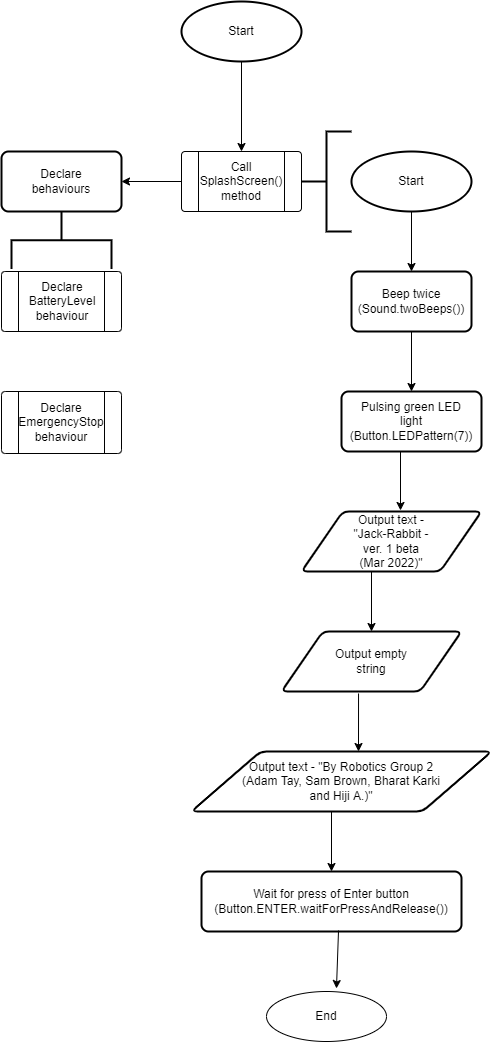
The draw.io diagram Final submission/ControlFlow.png in XLmT09/Bunny-Robot, before a commit. Source tidied: cells renumbered, new cells last; positions are measured from the earlier drawing's top-left corner, leaving out a move shared by most shapes.
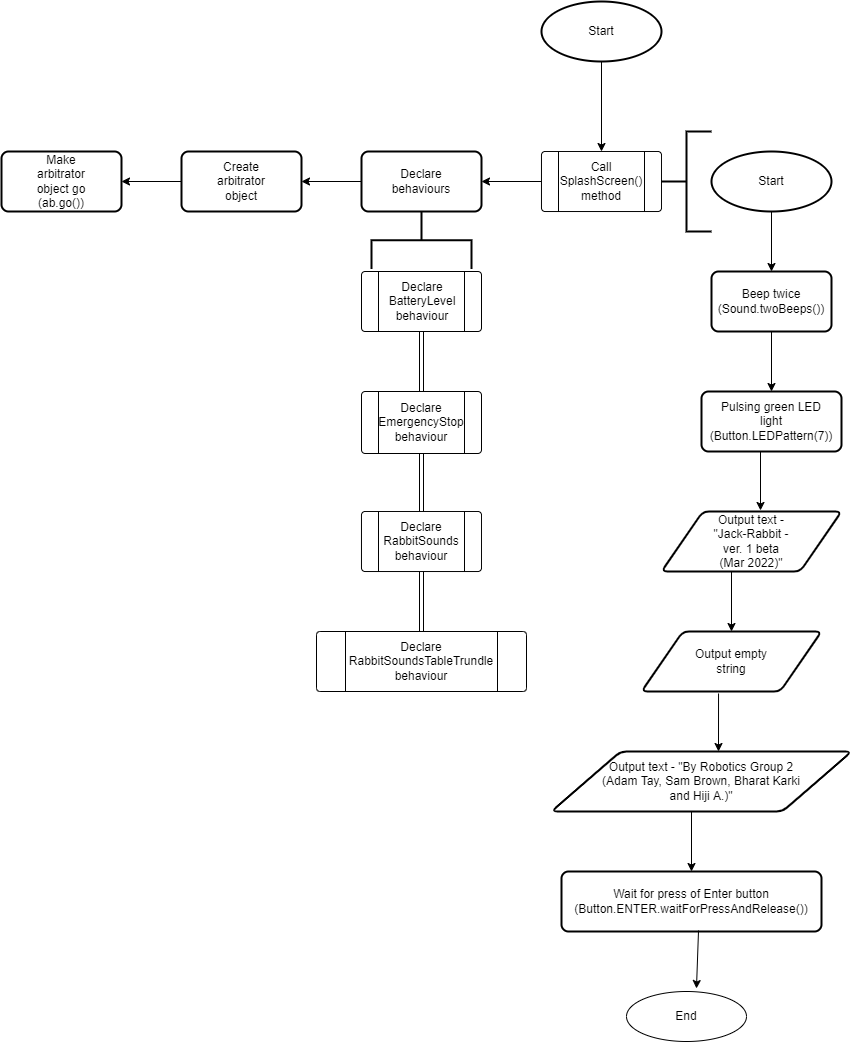
The same file after the commit.

What changed in the source:
```diff
@@ -130,10 +130,10 @@
       <mxGeometry y="150" width="120" height="117.5" as="geometry" />
     </mxCell>
     <mxCell id="41" style="group;" parent="40" vertex="1">
-      <mxGeometry width="120" height="60" as="geometry" />
+      <mxGeometry width="120" height="100" as="geometry" />
     </mxCell>
     <mxCell id="42" style="group;" parent="41" vertex="1">
-      <mxGeometry width="120" height="60" as="geometry" />
+      <mxGeometry width="120" height="100" as="geometry" />
     </mxCell>
     <mxCell id="43" style="rounded=1;whiteSpace=wrap;html=1;absoluteArcSize=1;arcSize=14;strokeWidth=2;hachureGap=4;" parent="42" vertex="1">
       <mxGeometry width="120" height="60" as="geometry" />
@@ -162,5 +162,56 @@
     <mxCell id="51" value="Declare BatteryLevel behaviour" style="text;strokeColor=none;fillColor=none;html=1;align=center;verticalAlign=middle;whiteSpace=wrap;rounded=0;hachureGap=4;" parent="49" vertex="1">
       <mxGeometry x="31" y="15" width="60" height="30" as="geometry" />
     </mxCell>
+    <mxCell id="52" style="group;" parent="1" vertex="1">
+      <mxGeometry y="510" width="120" height="60" as="geometry" />
+    </mxCell>
+    <mxCell id="53" style="verticalLabelPosition=bottom;verticalAlign=top;html=1;shape=process;whiteSpace=wrap;rounded=1;size=0.14;arcSize=6;hachureGap=4;" parent="52" vertex="1">
+      <mxGeometry width="120" height="60" as="geometry" />
+    </mxCell>
+    <mxCell id="54" value="Declare RabbitSounds behaviour" style="text;strokeColor=none;fillColor=none;html=1;align=center;verticalAlign=middle;whiteSpace=wrap;rounded=0;hachureGap=4;" parent="52" vertex="1">
+      <mxGeometry x="30" y="15" width="60" height="30" as="geometry" />
+    </mxCell>
+    <mxCell id="55" style="rounded=0;jettySize=auto;html=1;exitX=0.5;exitY=1;exitDx=0;exitDy=0;entryX=0.5;entryY=0;entryDx=0;entryDy=0;endArrow=open;sourcePerimeterSpacing=8;targetPerimeterSpacing=8;shape=link;" parent="1" edge="1" source="47" target="53">
+      <mxGeometry relative="1" as="geometry" />
+    </mxCell>
+    <mxCell id="56" style="edgeStyle=none;shape=link;rounded=0;jettySize=auto;html=1;exitX=0.5;exitY=1;exitDx=0;exitDy=0;entryX=0.5;entryY=0;entryDx=0;entryDy=0;endArrow=open;sourcePerimeterSpacing=8;targetPerimeterSpacing=8;" parent="1" edge="1" source="50" target="47">
+      <mxGeometry relative="1" as="geometry" />
+    </mxCell>
+    <mxCell id="57" style="edgeStyle=none;shape=link;rounded=0;jettySize=auto;html=1;exitX=0.5;exitY=1;exitDx=0;exitDy=0;entryX=0.5;entryY=0;entryDx=0;entryDy=0;endArrow=open;sourcePerimeterSpacing=8;targetPerimeterSpacing=8;" parent="1" edge="1" source="53" target="59">
+      <mxGeometry relative="1" as="geometry" />
+    </mxCell>
+    <mxCell id="58" style="group;" parent="1" vertex="1">
+      <mxGeometry x="-45" y="630" width="210" height="60" as="geometry" />
+    </mxCell>
+    <mxCell id="59" style="verticalLabelPosition=bottom;verticalAlign=top;html=1;shape=process;whiteSpace=wrap;rounded=1;size=0.14;arcSize=6;hachureGap=4;" parent="58" vertex="1">
+      <mxGeometry width="210" height="60" as="geometry" />
+    </mxCell>
+    <mxCell id="60" value="Declare RabbitSoundsTableTrundle behaviour" style="text;strokeColor=none;fillColor=none;html=1;align=center;verticalAlign=middle;whiteSpace=wrap;rounded=0;hachureGap=4;" parent="58" vertex="1">
+      <mxGeometry x="75" y="15" width="60" height="30" as="geometry" />
+    </mxCell>
+    <mxCell id="61" style="endArrow=classic;html=1;rounded=0;sourcePerimeterSpacing=8;targetPerimeterSpacing=8;exitX=0;exitY=0.5;exitDx=0;exitDy=0;entryX=1;entryY=0.5;entryDx=0;entryDy=0;" parent="1" edge="1" source="43" target="63">
+      <mxGeometry relative="1" as="geometry" />
+    </mxCell>
+    <mxCell id="62" style="group;" parent="1" vertex="1">
+      <mxGeometry x="-180" y="150" width="120" height="100" as="geometry" />
+    </mxCell>
+    <mxCell id="63" style="rounded=1;whiteSpace=wrap;html=1;absoluteArcSize=1;arcSize=14;strokeWidth=2;hachureGap=4;" parent="62" vertex="1">
+      <mxGeometry width="120" height="60" as="geometry" />
+    </mxCell>
+    <mxCell id="64" value="Create arbitrator object" style="text;strokeColor=none;fillColor=none;html=1;align=center;verticalAlign=middle;whiteSpace=wrap;rounded=0;hachureGap=4;" parent="62" vertex="1">
+      <mxGeometry x="30" y="15" width="60" height="30" as="geometry" />
+    </mxCell>
+    <mxCell id="65" style="endArrow=classic;html=1;rounded=0;sourcePerimeterSpacing=8;targetPerimeterSpacing=8;exitX=0;exitY=0.5;exitDx=0;exitDy=0;entryX=1;entryY=0.5;entryDx=0;entryDy=0;" parent="1" edge="1" source="63" target="67">
+      <mxGeometry relative="1" as="geometry" />
+    </mxCell>
+    <mxCell id="66" style="group;" parent="1" vertex="1">
+      <mxGeometry x="-360" y="150" width="120" height="60" as="geometry" />
+    </mxCell>
+    <mxCell id="67" style="rounded=1;whiteSpace=wrap;html=1;absoluteArcSize=1;arcSize=14;strokeWidth=2;hachureGap=4;" parent="66" vertex="1">
+      <mxGeometry width="120" height="60" as="geometry" />
+    </mxCell>
+    <mxCell id="68" value="Make arbitrator object go (ab.go())" style="text;strokeColor=none;fillColor=none;html=1;align=center;verticalAlign=middle;whiteSpace=wrap;rounded=0;hachureGap=4;" parent="66" vertex="1">
+      <mxGeometry x="30" y="15" width="60" height="30" as="geometry" />
+    </mxCell>
   </root>
 </mxGraphModel>
```
